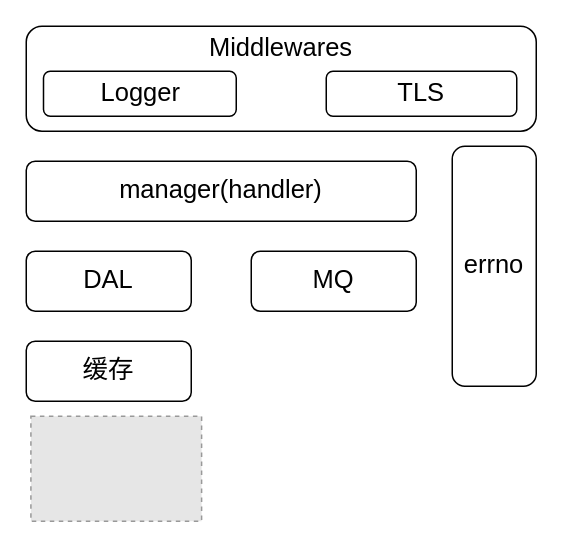
Afeather2017/Afeather-Flowcharts keeps this draw.io diagram as RPC服务端设计图.drawio. Above is the earlier version. Source tidied: cells renumbered, new cells numbered last; positions are measured from the earlier drawing's top-left corner, leaving out a move shared by most shapes. Both pictures are drawn from the tidied source at 150%, with x=0, y=0 at pixel (26, 26). Pictures stored in the file or linked from it are replaced by grey dashed boxes.
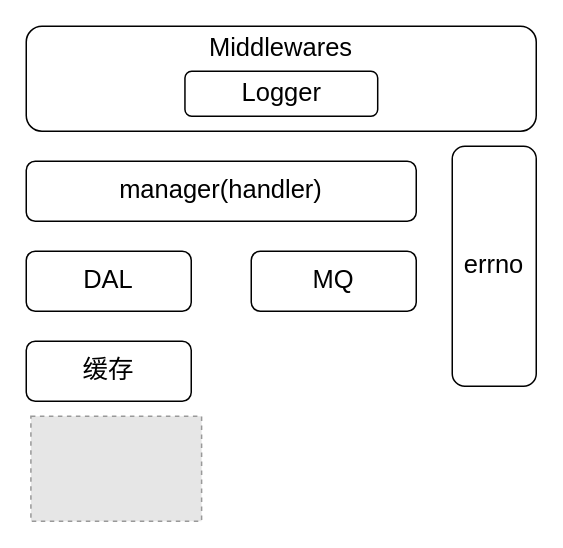
The same page after the edit.

Commit message:
更新RPC服务端设计图.drawio

Diff of the diagram source:
```diff
@@
 <mxGraphModel>
   <root>
     <mxCell id="0" />
     <mxCell id="1" parent="0" />
     <mxCell id="2" value="Middlewares&lt;br style=&quot;font-size: 17px;&quot;&gt;&lt;br&gt;&lt;br&gt;" style="rounded=1;whiteSpace=wrap;html=1;fillColor=none;fontSize=17;" parent="1" vertex="1">
       <mxGeometry width="340" height="70" as="geometry" />
     </mxCell>
     <mxCell id="3" style="fillColor=#E6E6E6;strokeColor=#999999;dashed=1;verticalLabelPosition=bottom;labelBackgroundColor=#ffffff;verticalAlign=top;fontSize=17;" parent="1" vertex="1">
       <mxGeometry x="3.1" y="260" width="113.8" height="70" as="geometry" />
     </mxCell>
     <mxCell id="4" value="manager(handler)" style="rounded=1;whiteSpace=wrap;html=1;fillColor=none;fontSize=17;" parent="1" vertex="1">
       <mxGeometry y="90" width="260" height="40" as="geometry" />
     </mxCell>
     <mxCell id="5" value="Logger" style="rounded=1;whiteSpace=wrap;html=1;fillColor=none;fontSize=17;" parent="1" vertex="1">
-      <mxGeometry x="11.5" y="30" width="128.5" height="30" as="geometry" />
+      <mxGeometry x="105.8" y="30" width="128.5" height="30" as="geometry" />
     </mxCell>
     <mxCell id="6" value="DAL" style="rounded=1;whiteSpace=wrap;html=1;fillColor=none;fontSize=17;" parent="1" vertex="1">
       <mxGeometry y="150" width="110" height="40" as="geometry" />
     </mxCell>
     <mxCell id="7" value="缓存" style="rounded=1;whiteSpace=wrap;html=1;fillColor=none;fontSize=17;" parent="1" vertex="1">
       <mxGeometry y="210" width="110" height="40" as="geometry" />
     </mxCell>
     <mxCell id="8" value="errno" style="rounded=1;whiteSpace=wrap;html=1;fillColor=none;fontSize=17;" parent="1" vertex="1">
       <mxGeometry x="284" y="80" width="56" height="160" as="geometry" />
     </mxCell>
-    <mxCell id="9" value="TLS" style="rounded=1;whiteSpace=wrap;html=1;fillColor=none;fontSize=17;" parent="1" vertex="1">
-      <mxGeometry x="200" y="30" width="127" height="30" as="geometry" />
-    </mxCell>
     <mxCell id="10" value="MQ" style="rounded=1;whiteSpace=wrap;html=1;fillColor=none;fontSize=17;" parent="1" vertex="1">
       <mxGeometry x="150" y="150" width="110" height="40" as="geometry" />
     </mxCell>
   </root>
 </mxGraphModel>
```
